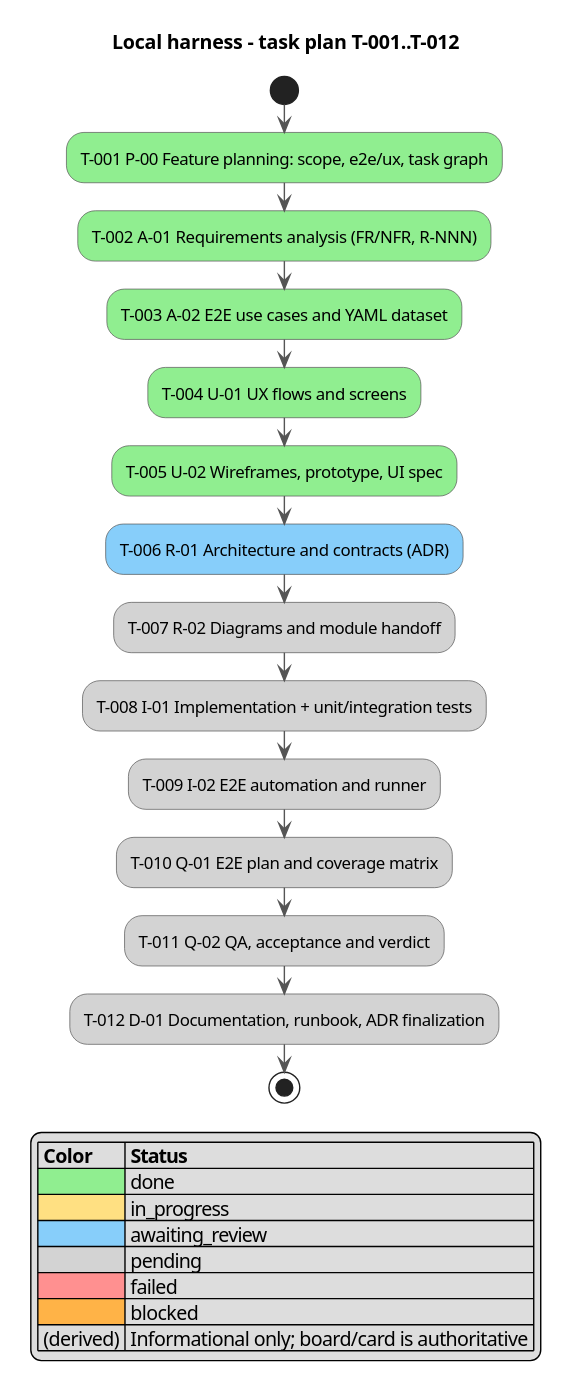
This is docs/activity.svg from serge-sasov/ai-task-tracker, a PlantUML export, as it was before one commit.
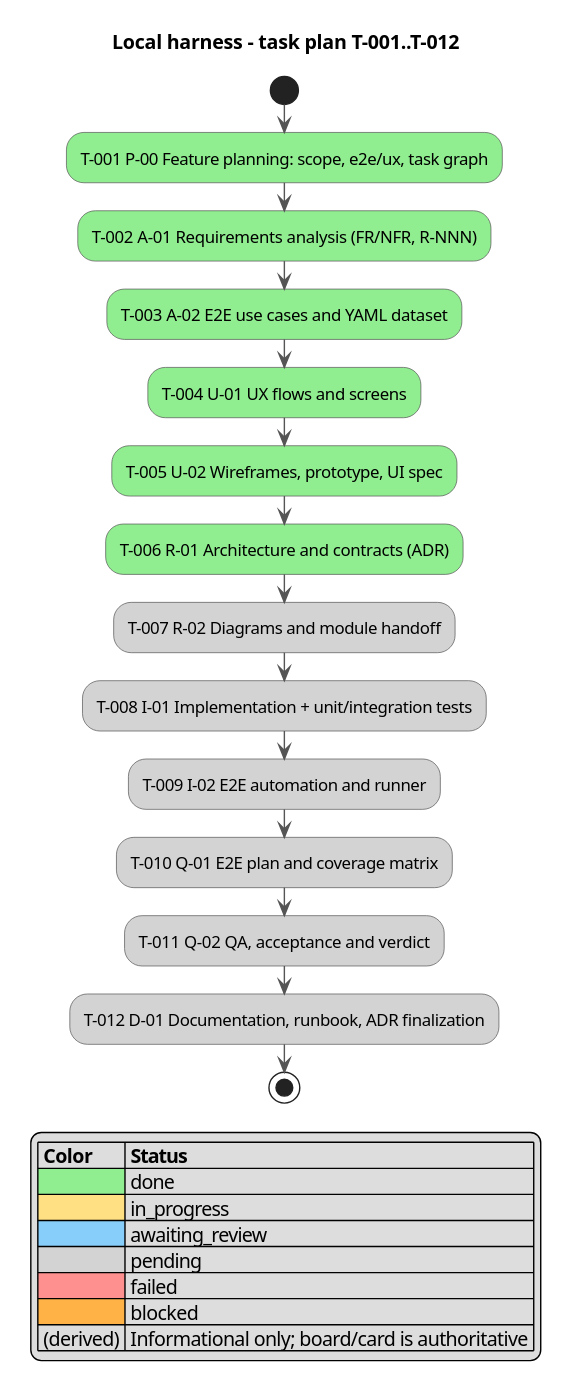
Above is the later version.

Commit message:
T-006: CP-F approved, task done (harness 2.6.0: architecture description + OpenAPI)

The edit, as a diff of the source:
```diff
@@ -11,7 +11,7 @@
 :T-003 A-02 E2E use cases and YAML dataset; <<#90EE90>>
 :T-004 U-01 UX flows and screens; <<#90EE90>>
 :T-005 U-02 Wireframes, prototype, UI spec; <<#90EE90>>
-:T-006 R-01 Architecture and contracts (ADR); <<#87CEFA>>
+:T-006 R-01 Architecture and contracts (ADR); <<#90EE90>>
 :T-007 R-02 Diagrams and module handoff; <<#D3D3D3>>
 :T-008 I-01 Implementation + unit/integration tests; <<#D3D3D3>>
 :T-009 I-02 E2E automation and runner; <<#D3D3D3>>
```
